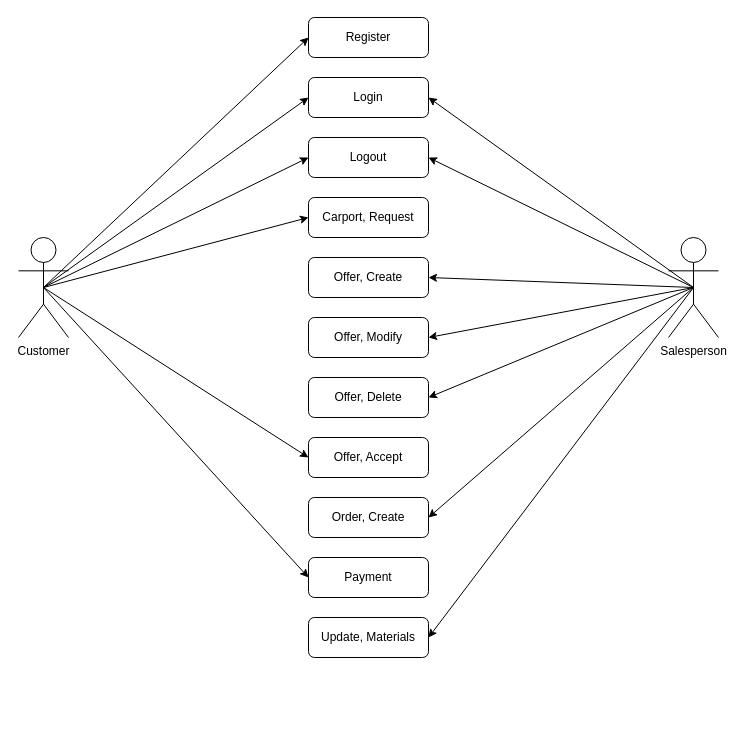
Above: documentation/workfiles/useCaseDiagram.drawio in Schwencke/fogCarport (draw.io), before the change. Source tidied: cells renumbered, new cells numbered last; positions are measured from the earlier drawing's top-left corner, leaving out a move shared by most shapes. Both pictures are drawn from the tidied source at 100%, with x=0, y=0 at pixel (18, 17).
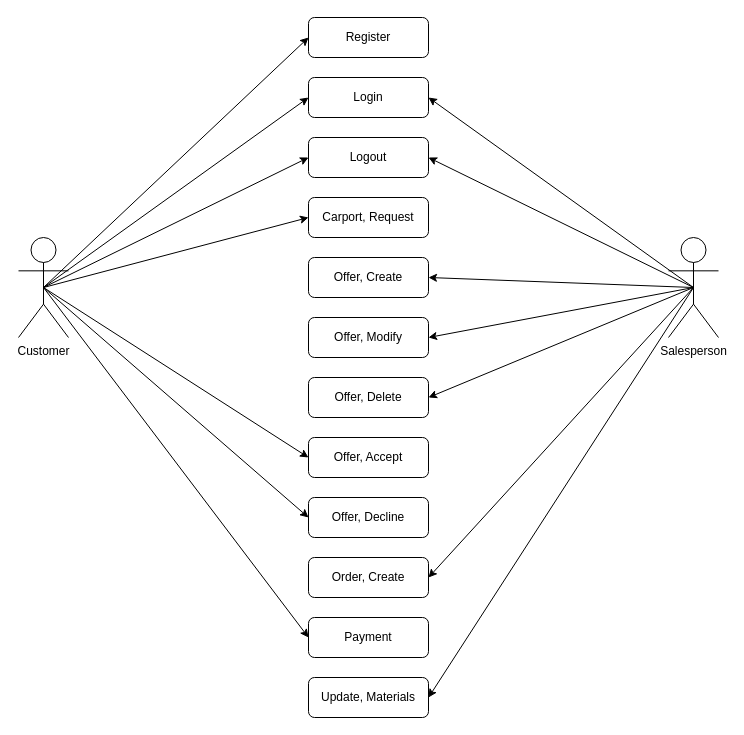
Above is the later version.

The change refers to these unchanged cells:
```xml
<mxCell id="27" value="Customer" style="shape=umlActor;verticalLabelPosition=bottom;verticalAlign=top;html=1;outlineConnect=0;" parent="1" vertex="1">
  <mxGeometry y="220" width="50" height="100" as="geometry" />
</mxCell>
```

Diff of the diagram source:
```diff
@@
     <mxCell id="10" value="Order, Create" style="rounded=1;whiteSpace=wrap;html=1;" parent="1" vertex="1">
-      <mxGeometry x="290" y="480" width="120" height="40" as="geometry" />
+      <mxGeometry x="290" y="540" width="120" height="40" as="geometry" />
     </mxCell>
     <mxCell id="11" value="Payment" style="rounded=1;whiteSpace=wrap;html=1;" parent="1" vertex="1">
-      <mxGeometry x="290" y="540" width="120" height="40" as="geometry" />
+      <mxGeometry x="290" y="600" width="120" height="40" as="geometry" />
     </mxCell>
@@
     <mxCell id="25" value="Update, Materials" style="rounded=1;whiteSpace=wrap;html=1;" parent="1" vertex="1">
-      <mxGeometry x="290" y="600" width="120" height="40" as="geometry" />
+      <mxGeometry x="290" y="660" width="120" height="40" as="geometry" />
     </mxCell>
@@
+    <mxCell id="28" style="rounded=0;jettySize=auto;html=1;exitX=0.5;exitY=0.5;exitDx=0;exitDy=0;exitPerimeter=0;entryX=0;entryY=0.5;entryDx=0;entryDy=0;" parent="1" edge="1" source="27" target="29">
+      <mxGeometry relative="1" as="geometry" />
+    </mxCell>
@@
+    <mxCell id="29" value="Offer, Decline" style="rounded=1;whiteSpace=wrap;html=1;" parent="1" vertex="1">
+      <mxGeometry x="290" y="480" width="120" height="40" as="geometry" />
+    </mxCell>
```
